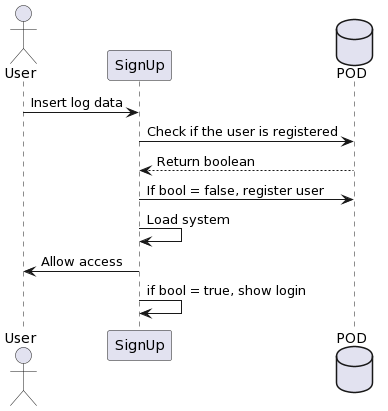
Arquisoft/dede_es6c keeps this PlantUML diagram as docs/images/06_signUp_runtime_view.png. Above is the earlier version.
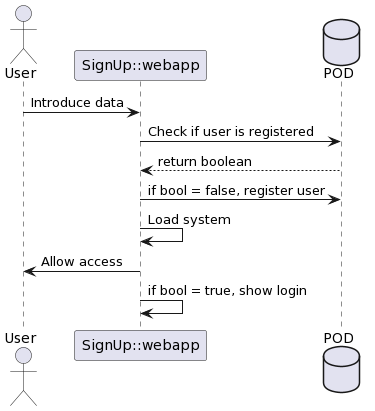
After the commit.

What changed in the source:
```diff
@@ -1,11 +1,11 @@
 @startuml
 actor User
-User -> SignUp: Insert log data
-database POD
-SignUp-> POD : Check if the user is registered
-POD --> SignUp: Return boolean
-SignUp -> POD : If bool = false, register user
-SignUp -> SignUp: Load system
-SignUp -> User : Allow access
-SignUp -> SignUp : if bool = true, show login
+User -> "SignUp::webapp" : Introduce data
+Database POD
+"SignUp::webapp"-> POD: Check if user is registered
+POD --> "SignUp::webapp" : return boolean
+"SignUp::webapp" -> POD : if bool = false, register user
+"SignUp::webapp" -> "SignUp::webapp" : Load system
+"SignUp::webapp" -> User : Allow access
+"SignUp::webapp" -> "SignUp::webapp" : if bool = true, show login
 @enduml
```
